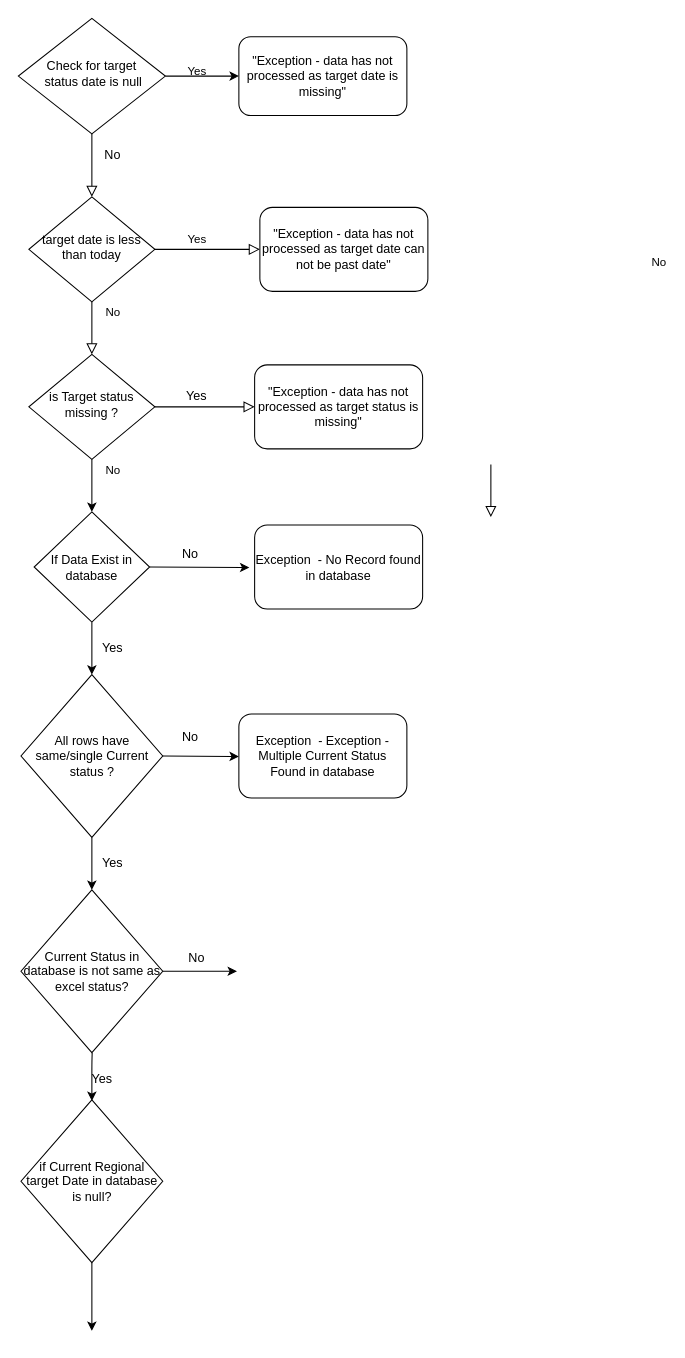
Above: Contract_backlog.drawio in pkochar263/Sending-Emails-to-multiple-people (draw.io), before the change. Source tidied: cells renumbered, new cells numbered last; positions are measured from the earlier drawing's top-left corner, leaving out a move shared by most shapes. Both pictures are drawn from the tidied source at 105%, with x=0, y=0 at pixel (18, 18).
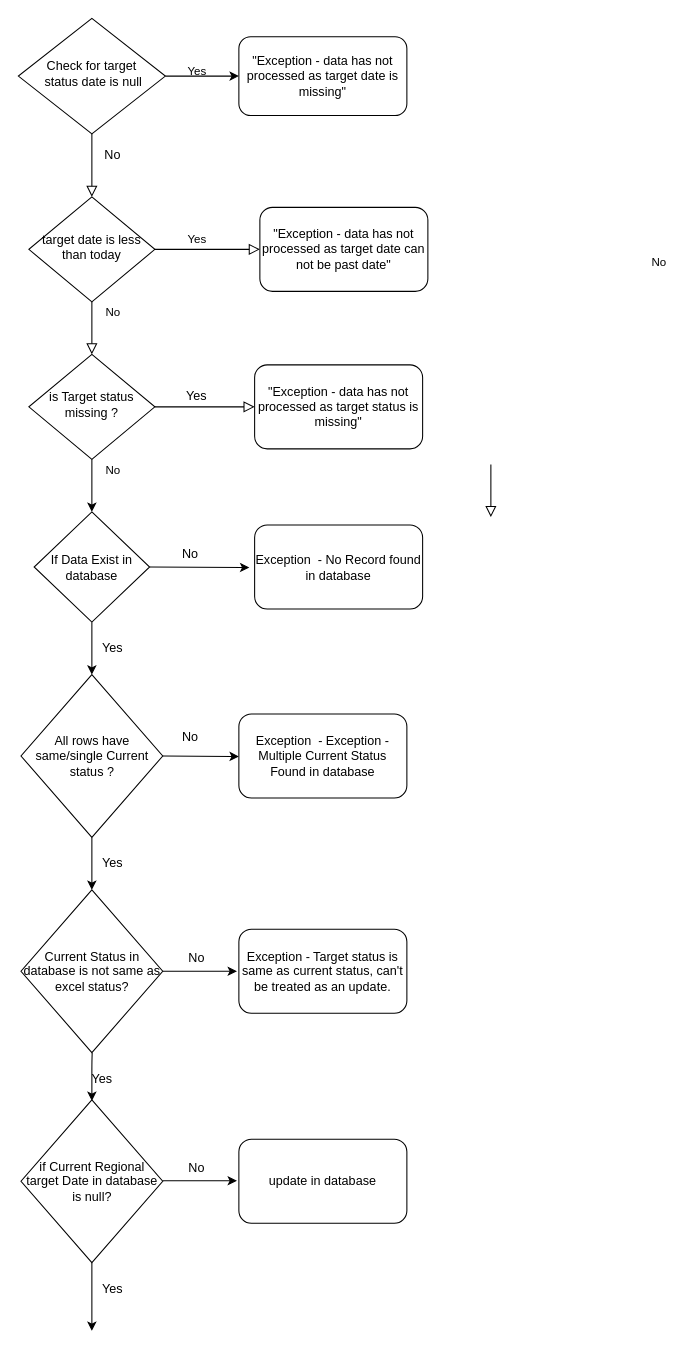
The same page after the edit.

Change to the diagram source:
```diff
@@
+    <mxCell id="37" value="Exception - Target status is same as current status, can't be treated as an update." style="rounded=1;whiteSpace=wrap;html=1;fontSize=12;glass=0;strokeWidth=1;shadow=0;" parent="1" vertex="1">
+      <mxGeometry x="210" y="867.5" width="160" height="80" as="geometry" />
+    </mxCell>
+    <mxCell id="38" style="endArrow=classic;html=1;" parent="1" edge="1">
+      <mxGeometry relative="1" as="geometry">
+        <mxPoint x="137.5" y="1107" as="sourcePoint" />
+        <mxPoint x="208.2" y="1107" as="targetPoint" />
+      </mxGeometry>
+    </mxCell>
+    <mxCell id="39" value="No" style="text;html=1;strokeColor=none;fillColor=none;align=center;verticalAlign=middle;whiteSpace=wrap;rounded=0;" parent="1" vertex="1">
+      <mxGeometry x="150" y="1080" width="40" height="30" as="geometry" />
+    </mxCell>
+    <mxCell id="40" value="update in database" style="rounded=1;whiteSpace=wrap;html=1;fontSize=12;glass=0;strokeWidth=1;shadow=0;" parent="1" vertex="1">
+      <mxGeometry x="210" y="1067.5" width="160" height="80" as="geometry" />
+    </mxCell>
+    <mxCell id="41" value="Yes" style="text;html=1;strokeColor=none;fillColor=none;align=center;verticalAlign=middle;whiteSpace=wrap;rounded=0;" parent="1" vertex="1">
+      <mxGeometry x="70" y="1185" width="40" height="50" as="geometry" />
+    </mxCell>
```
